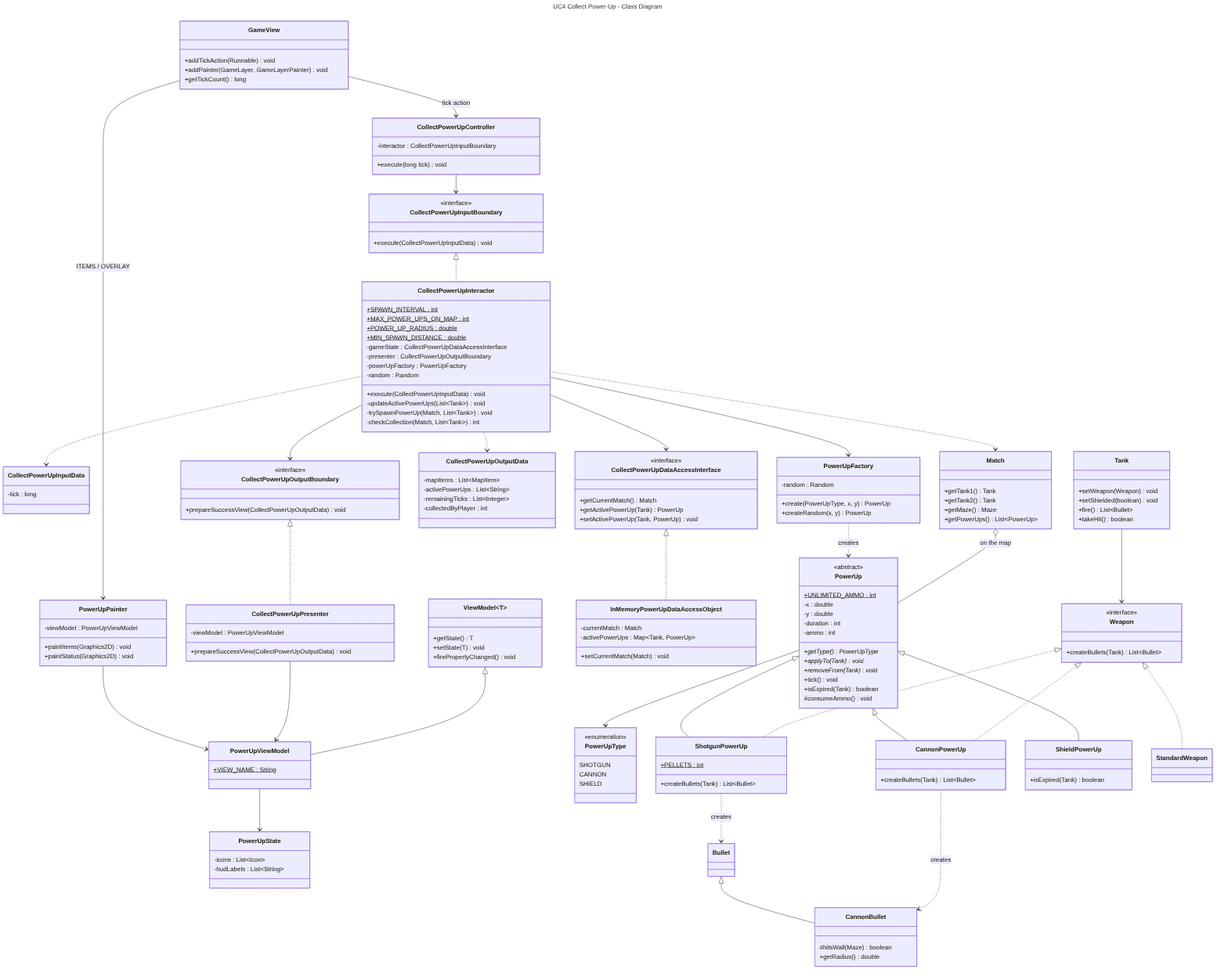
SIMBAT6/csc207-tank-game keeps this PlantUML diagram as docs/diagrams/uc4-collect-power-up-class.png. Above is the earlier version. Its source is kept beside it as docs/diagrams/uc4-collect-power-up-class.puml.
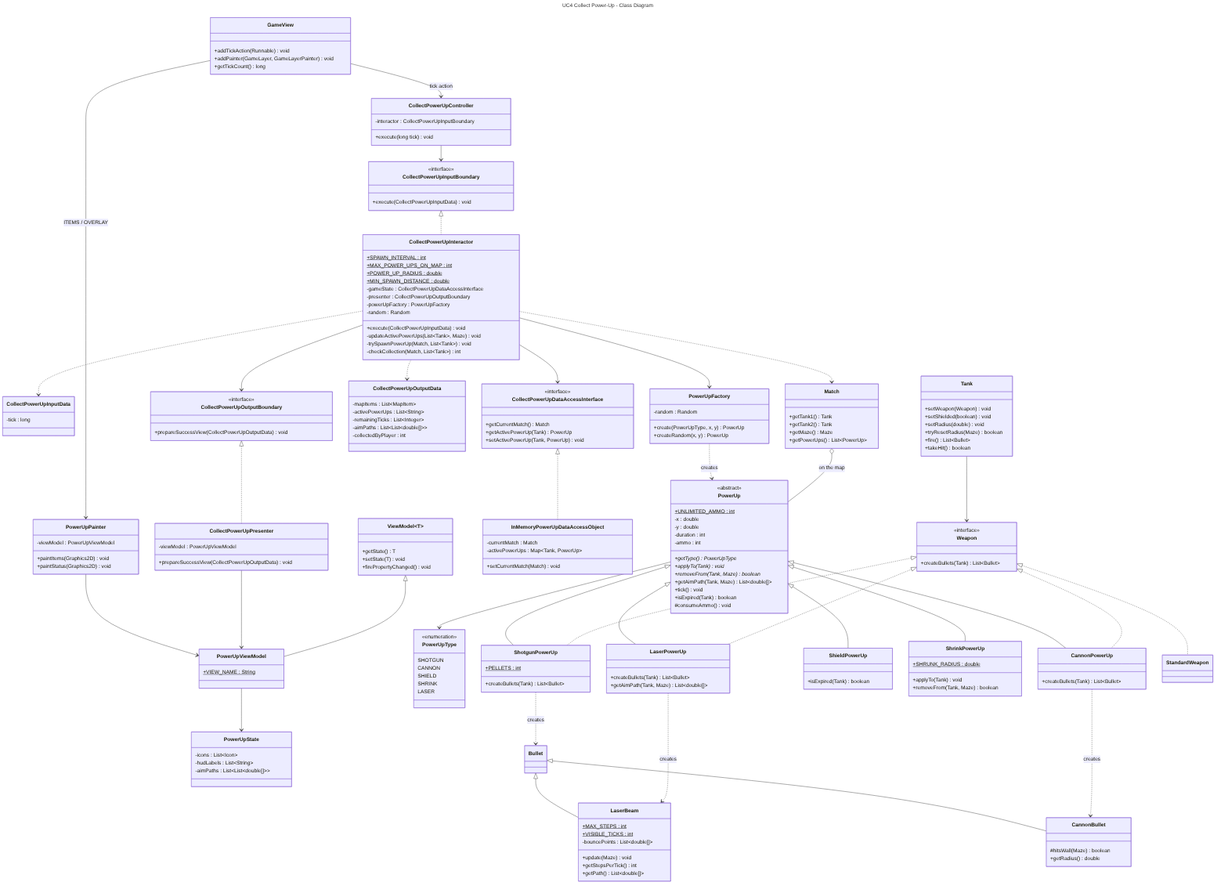
Later version of the same file.

Change to the diagram source:
```diff
@@ -37,6 +37,7 @@
   class PowerUpState {
     - icons: List<Icon>
     - hudLabels: List<String>
+    - aimPaths: List<List<double[]>>
   }
 }
 
@@ -67,7 +68,7 @@
     - powerUpFactory: PowerUpFactory
     - random: Random
     + execute(inputData: CollectPowerUpInputData): void
-    - updateActivePowerUps(tanks: List<Tank>): void
+    - updateActivePowerUps(tanks: List<Tank>, maze: Maze): void
     - trySpawnPowerUp(match: Match, tanks: List<Tank>): void
     - checkCollection(match: Match, tanks: List<Tank>): int
   }
@@ -86,6 +87,7 @@
     - mapItems: List<MapItem>
     - activePowerUps: List<String>
     - remainingTicks: List<Integer>
+    - aimPaths: List<List<double[]>>
     - collectedByPlayer: int
   }
 }
@@ -107,7 +109,8 @@
     - ammo: int
     + {abstract} getType(): PowerUpType
     + {abstract} applyTo(tank: Tank): void
-    + {abstract} removeFrom(tank: Tank): void
+    + {abstract} removeFrom(tank: Tank, maze: Maze): boolean
+    + getAimPath(holder: Tank, maze: Maze): List<double[]>
     + tick(): void
     + isExpired(holder: Tank): boolean
     # consumeAmmo(): void
@@ -117,6 +120,8 @@
     SHOTGUN
     CANNON
     SHIELD
+    SHRINK
+    LASER
   }
 
   class ShotgunPowerUp {
@@ -130,6 +135,26 @@
 
   class ShieldPowerUp {
     + isExpired(holder: Tank): boolean
+  }
+
+  class ShrinkPowerUp {
+    + {static} SHRUNK_RADIUS: double
+    + applyTo(tank: Tank): void
+    + removeFrom(tank: Tank, maze: Maze): boolean
+  }
+
+  class LaserPowerUp {
+    + createBullets(tank: Tank): List<Bullet>
+    + getAimPath(tank: Tank, maze: Maze): List<double[]>
+  }
+
+  class LaserBeam {
+    + {static} MAX_STEPS: int
+    + {static} VISIBLE_TICKS: int
+    - bouncePoints: List<double[]>
+    + update(maze: Maze): void
+    + getStepsPerTick(): int
+    + getPath(): List<double[]>
   }
 
   class CannonBullet {
@@ -153,6 +178,8 @@
   class Tank {
     + setWeapon(weapon: Weapon): void
     + setShielded(shielded: boolean): void
+    + setRadius(radius: double): void
+    + tryResetRadius(maze: Maze): boolean
     + fire(): List<Bullet>
     + takeHit(): boolean
   }
@@ -186,6 +213,11 @@
 PowerUp <|-- ShotgunPowerUp
 PowerUp <|-- CannonPowerUp
 PowerUp <|-- ShieldPowerUp
+PowerUp <|-- ShrinkPowerUp
+PowerUp <|-- LaserPowerUp
+Weapon <|.. LaserPowerUp
+Bullet <|-- LaserBeam
+LaserPowerUp ..> LaserBeam : creates
 PowerUp --> PowerUpType
 Weapon <|.. ShotgunPowerUp
 Weapon <|.. CannonPowerUp
```
